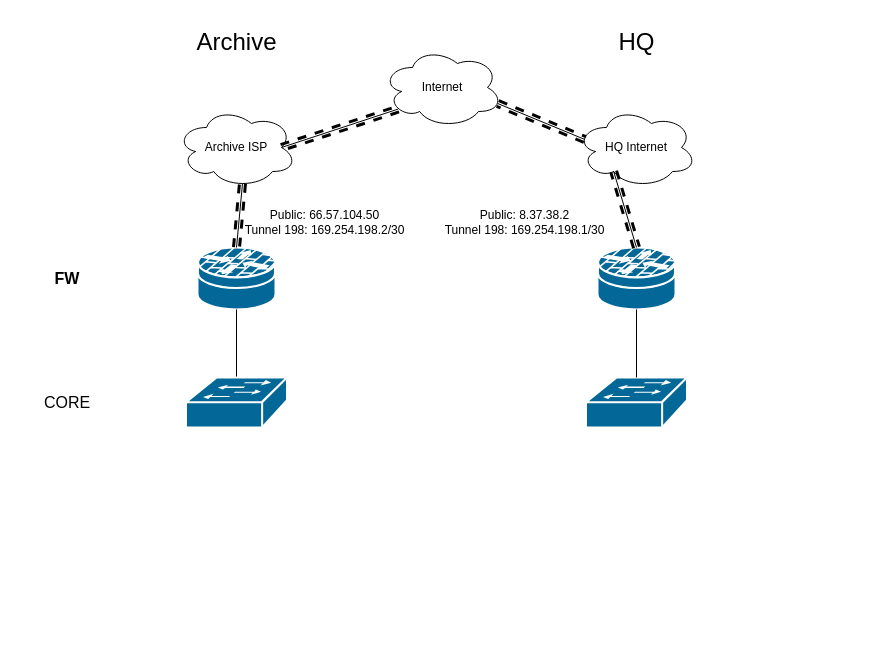
This is page "As-is" (1 of 2) of Archive.drawio from adamrt918/Diagram, a draw.io file, before an edit. Source tidied: cells renumbered, new cells numbered last; positions are measured from the earlier drawing's top-left corner, leaving out a move shared by most shapes. Both pictures are drawn from the tidied source at 100%, with x=0, y=0 at pixel (37, 17).
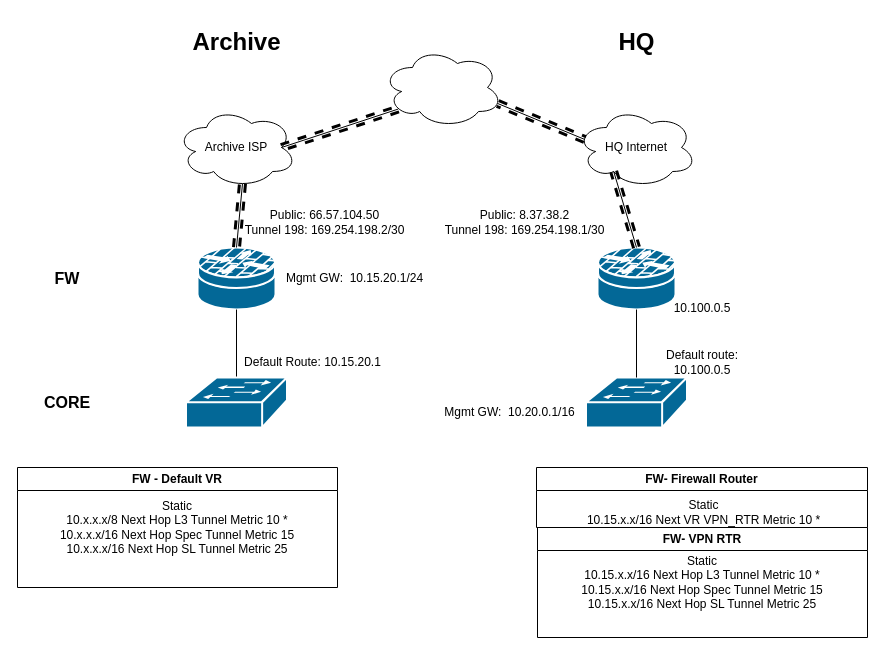
The same page after the edit.

Change to the diagram source:
```diff
@@
-    <mxCell id="3" value="Internet" style="ellipse;shape=cloud;whiteSpace=wrap;html=1;" parent="1" vertex="1">
+    <mxCell id="3" style="ellipse;shape=cloud;whiteSpace=wrap;html=1;" parent="1" vertex="1">
       <mxGeometry x="345" y="30" width="120" height="80" as="geometry" />
     </mxCell>
@@
-    <mxCell id="15" value="&lt;font style=&quot;font-size: 24px;&quot;&gt;Archive&lt;/font&gt;" style="text;html=1;whiteSpace=wrap;strokeColor=none;fillColor=none;align=center;verticalAlign=middle;rounded=0;" parent="1" vertex="1">
+    <mxCell id="15" value="&lt;font style=&quot;font-size: 24px;&quot;&gt;Archive&lt;/font&gt;" style="text;html=1;whiteSpace=wrap;strokeColor=none;fillColor=none;align=center;verticalAlign=middle;rounded=0;fontStyle=1;" parent="1" vertex="1">
       <mxGeometry x="148.5" width="101" height="50" as="geometry" />
     </mxCell>
-    <mxCell id="16" value="&lt;font style=&quot;font-size: 24px;&quot;&gt;HQ&lt;/font&gt;" style="text;html=1;whiteSpace=wrap;strokeColor=none;fillColor=none;align=center;verticalAlign=middle;rounded=0;" parent="1" vertex="1">
+    <mxCell id="16" value="&lt;font style=&quot;font-size: 24px;&quot;&gt;HQ&lt;/font&gt;" style="text;html=1;whiteSpace=wrap;strokeColor=none;fillColor=none;align=center;verticalAlign=middle;rounded=0;fontStyle=1;" parent="1" vertex="1">
       <mxGeometry x="548.5" width="101" height="50" as="geometry" />
     </mxCell>
@@
-    <mxCell id="18" value="&lt;font style=&quot;font-size: 16px;&quot;&gt;CORE&lt;/font&gt;" style="text;html=1;whiteSpace=wrap;strokeColor=none;fillColor=none;align=center;verticalAlign=middle;rounded=0;" parent="1" vertex="1">
+    <mxCell id="18" value="&lt;font style=&quot;font-size: 16px;&quot;&gt;CORE&lt;/font&gt;" style="text;html=1;whiteSpace=wrap;strokeColor=none;fillColor=none;align=center;verticalAlign=middle;rounded=0;fontStyle=1;" parent="1" vertex="1">
       <mxGeometry y="370" width="60" height="30" as="geometry" />
     </mxCell>
@@
+    <mxCell id="25" value="Mgmt GW:&amp;nbsp; 10.15.20.1/24" style="text;html=1;whiteSpace=wrap;strokeColor=none;fillColor=none;align=center;verticalAlign=middle;rounded=0;" parent="1" vertex="1">
+      <mxGeometry x="245" y="246" width="145" height="30" as="geometry" />
+    </mxCell>
+    <mxCell id="26" value="Mgmt GW:&amp;nbsp; 10.20.0.1/16" style="text;html=1;whiteSpace=wrap;strokeColor=none;fillColor=none;align=center;verticalAlign=middle;rounded=0;" parent="1" vertex="1">
+      <mxGeometry x="400" y="380" width="145" height="30" as="geometry" />
+    </mxCell>
+    <mxCell id="27" value="Default route: 10.100.0.5" style="text;html=1;whiteSpace=wrap;strokeColor=none;fillColor=none;align=center;verticalAlign=middle;rounded=0;" parent="1" vertex="1">
+      <mxGeometry x="600" y="330" width="130" height="30" as="geometry" />
+    </mxCell>
+    <mxCell id="28" value="10.100.0.5" style="text;html=1;whiteSpace=wrap;strokeColor=none;fillColor=none;align=center;verticalAlign=middle;rounded=0;" parent="1" vertex="1">
+      <mxGeometry x="635" y="276" width="60" height="30" as="geometry" />
+    </mxCell>
+    <mxCell id="29" value="Default Route: 10.15.20.1" style="text;html=1;whiteSpace=wrap;strokeColor=none;fillColor=none;align=center;verticalAlign=middle;rounded=0;" parent="1" vertex="1">
+      <mxGeometry x="200" y="330" width="150.5" height="30" as="geometry" />
+    </mxCell>
+    <mxCell id="30" value="FW- Firewall Router" style="swimlane;whiteSpace=wrap;html=1;" parent="1" vertex="1">
+      <mxGeometry x="499" y="450" width="331" height="60" as="geometry" />
+    </mxCell>
+    <mxCell id="31" value="Static&lt;div&gt;10.15.x.x/16 Next VR VPN_RTR Metric 10 *&lt;/div&gt;" style="text;html=1;whiteSpace=wrap;strokeColor=none;fillColor=none;align=center;verticalAlign=middle;rounded=0;" parent="30" vertex="1">
+      <mxGeometry x="5" y="30" width="325" height="30" as="geometry" />
+    </mxCell>
+    <mxCell id="32" value="FW - Default VR" style="swimlane;whiteSpace=wrap;html=1;" parent="1" vertex="1">
+      <mxGeometry x="-20" y="450" width="320" height="120" as="geometry" />
+    </mxCell>
+    <mxCell id="33" value="&lt;div&gt;Static&lt;/div&gt;10.x.x.x/8 Next Hop L3 Tunnel Metric 10 *&lt;div&gt;10.x.x.x/16 Next Hop Spec Tunnel Metric 15&lt;/div&gt;&lt;div&gt;10.x.x.x/16 Next Hop SL Tunnel Metric 25&lt;/div&gt;" style="text;html=1;whiteSpace=wrap;strokeColor=none;fillColor=none;align=center;verticalAlign=middle;rounded=0;" parent="32" vertex="1">
+      <mxGeometry y="30" width="320" height="60" as="geometry" />
+    </mxCell>
+    <mxCell id="34" value="FW- VPN RTR" style="swimlane;whiteSpace=wrap;html=1;" parent="1" vertex="1">
+      <mxGeometry x="500" y="510" width="330" height="110" as="geometry" />
+    </mxCell>
+    <mxCell id="35" value="&lt;div&gt;Static&lt;/div&gt;10.15.x.x/16 Next Hop L3 Tunnel Metric 10 *&lt;div&gt;10.15.x.x/16 Next Hop Spec Tunnel Metric 15&lt;/div&gt;&lt;div&gt;10.15.x.x/16 Next Hop SL Tunnel Metric 25&lt;/div&gt;" style="text;html=1;whiteSpace=wrap;strokeColor=none;fillColor=none;align=center;verticalAlign=middle;rounded=0;" parent="34" vertex="1">
+      <mxGeometry x="0.8" y="25" width="327.5" height="60" as="geometry" />
+    </mxCell>
```
